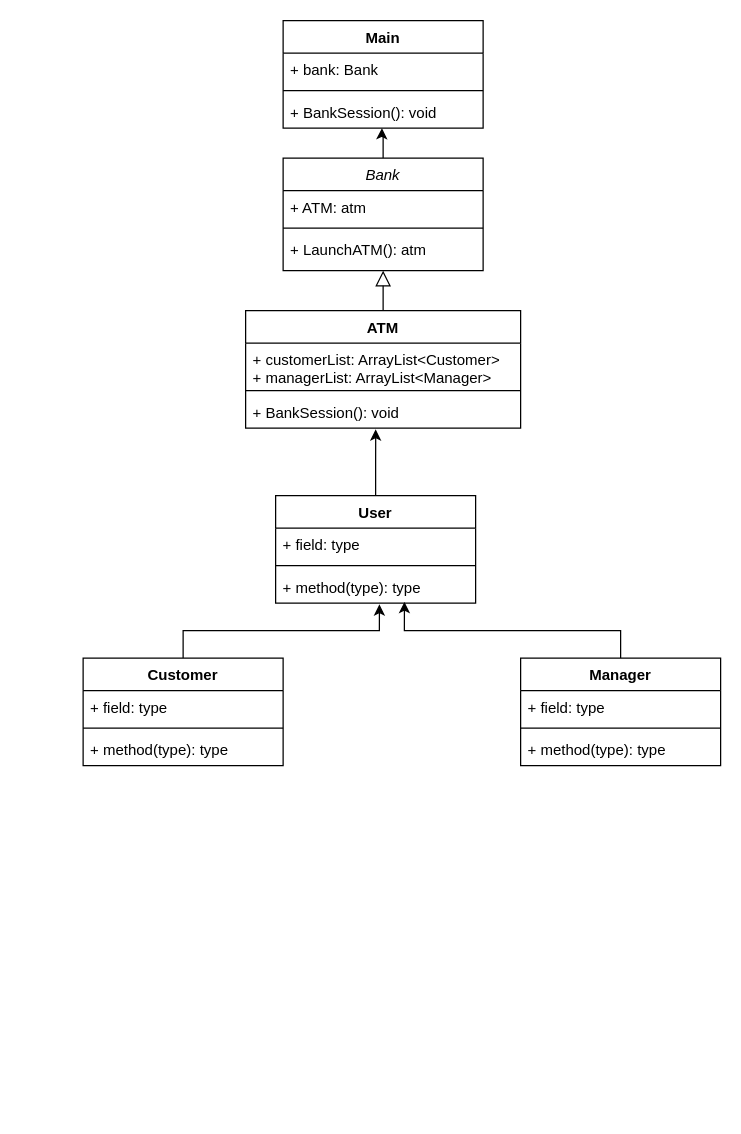
mattgilgo/Bank_Final_Project keeps this draw.io diagram as BankUML.drawio. Above is the earlier version. Source tidied: cells renumbered, new cells numbered last; positions are measured from the earlier drawing's top-left corner, leaving out a move shared by most shapes. Both pictures are drawn from the tidied source at 125%, with x=0, y=0 at pixel (82, 20).
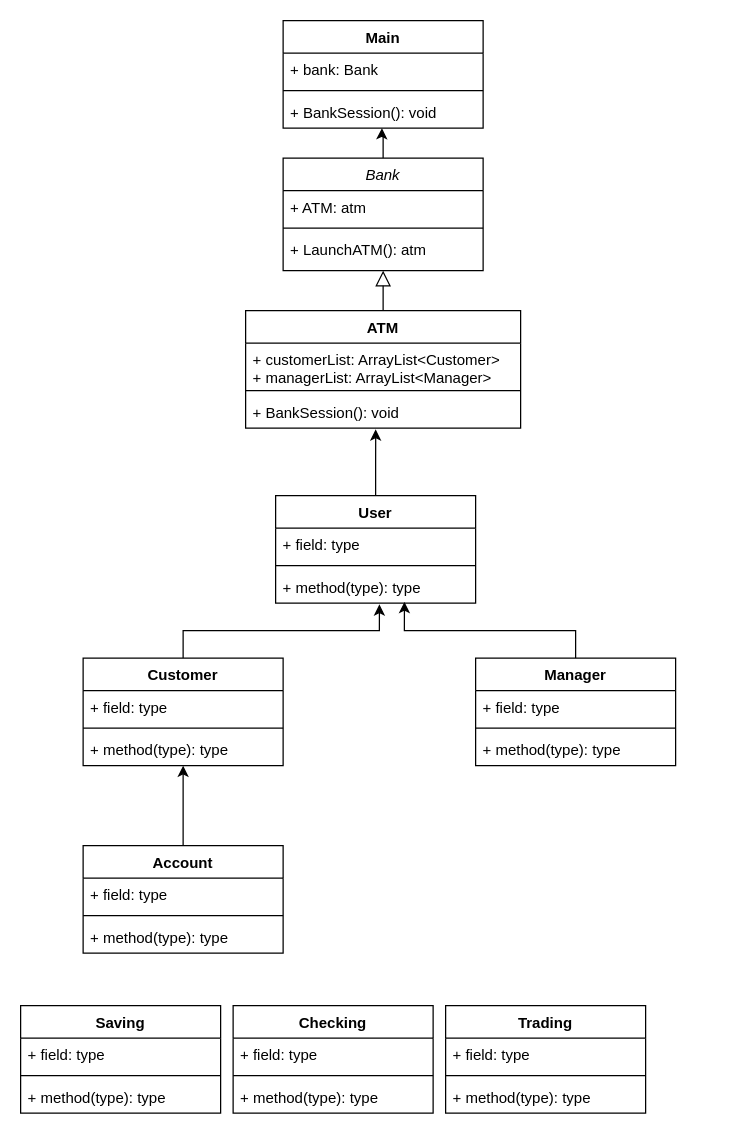
Above is the later version.

The change refers to these unchanged cells:
```xml
<mxCell id="25" value="+ method(type): type" style="text;strokeColor=none;fillColor=none;align=left;verticalAlign=top;spacingLeft=4;spacingRight=4;overflow=hidden;points=[[0,0.5],[1,0.5]];portConstraint=eastwest;" parent="22" vertex="1">
  <mxGeometry y="60" width="160" height="26" as="geometry" />
</mxCell>
```

Diff of the diagram source:
```diff
@@
     <mxCell id="27" value="Manager" style="swimlane;fontStyle=1;align=center;verticalAlign=top;horizontal=1;startSize=26;" parent="1" vertex="1">
-      <mxGeometry x="350" y="510" width="160" height="86" as="geometry" />
+      <mxGeometry x="314" y="510" width="160" height="86" as="geometry" />
     </mxCell>
@@
+    <mxCell id="31" style="edgeStyle=orthogonalEdgeStyle;rounded=0;jettySize=auto;html=1;entryX=0.5;entryY=1;entryDx=0;entryDy=0;entryPerimeter=0;" parent="1" edge="1" source="32" target="25">
+      <mxGeometry relative="1" as="geometry" />
+    </mxCell>
+    <mxCell id="32" value="Account" style="swimlane;fontStyle=1;align=center;verticalAlign=top;horizontal=1;startSize=26;" parent="1" vertex="1">
+      <mxGeometry y="660" width="160" height="86" as="geometry" />
+    </mxCell>
+    <mxCell id="33" value="+ field: type" style="text;strokeColor=none;fillColor=none;align=left;verticalAlign=top;spacingLeft=4;spacingRight=4;overflow=hidden;" parent="32" vertex="1">
+      <mxGeometry y="26" width="160" height="26" as="geometry" />
+    </mxCell>
+    <mxCell id="34" style="line;strokeWidth=1;fillColor=none;align=left;verticalAlign=middle;spacingTop=-1;spacingLeft=3;spacingRight=3;labelPosition=right;" parent="32" vertex="1">
+      <mxGeometry y="52" width="160" height="8" as="geometry" />
+    </mxCell>
+    <mxCell id="35" value="+ method(type): type" style="text;strokeColor=none;fillColor=none;align=left;verticalAlign=top;spacingLeft=4;spacingRight=4;overflow=hidden;" parent="32" vertex="1">
+      <mxGeometry y="60" width="160" height="26" as="geometry" />
+    </mxCell>
+    <mxCell id="36" value="Saving" style="swimlane;fontStyle=1;align=center;verticalAlign=top;horizontal=1;startSize=26;" parent="1" vertex="1">
+      <mxGeometry x="-50" y="788" width="160" height="86" as="geometry" />
+    </mxCell>
+    <mxCell id="37" value="+ field: type" style="text;strokeColor=none;fillColor=none;align=left;verticalAlign=top;spacingLeft=4;spacingRight=4;overflow=hidden;" parent="36" vertex="1">
+      <mxGeometry y="26" width="160" height="26" as="geometry" />
+    </mxCell>
+    <mxCell id="38" style="line;strokeWidth=1;fillColor=none;align=left;verticalAlign=middle;spacingTop=-1;spacingLeft=3;spacingRight=3;labelPosition=right;" parent="36" vertex="1">
+      <mxGeometry y="52" width="160" height="8" as="geometry" />
+    </mxCell>
+    <mxCell id="39" value="+ method(type): type" style="text;strokeColor=none;fillColor=none;align=left;verticalAlign=top;spacingLeft=4;spacingRight=4;overflow=hidden;" parent="36" vertex="1">
+      <mxGeometry y="60" width="160" height="26" as="geometry" />
+    </mxCell>
+    <mxCell id="40" value="Checking" style="swimlane;fontStyle=1;align=center;verticalAlign=top;horizontal=1;startSize=26;" parent="1" vertex="1">
+      <mxGeometry x="120" y="788" width="160" height="86" as="geometry" />
+    </mxCell>
+    <mxCell id="41" value="+ field: type" style="text;strokeColor=none;fillColor=none;align=left;verticalAlign=top;spacingLeft=4;spacingRight=4;overflow=hidden;" parent="40" vertex="1">
+      <mxGeometry y="26" width="160" height="26" as="geometry" />
+    </mxCell>
+    <mxCell id="42" style="line;strokeWidth=1;fillColor=none;align=left;verticalAlign=middle;spacingTop=-1;spacingLeft=3;spacingRight=3;labelPosition=right;" parent="40" vertex="1">
+      <mxGeometry y="52" width="160" height="8" as="geometry" />
+    </mxCell>
+    <mxCell id="43" value="+ method(type): type" style="text;strokeColor=none;fillColor=none;align=left;verticalAlign=top;spacingLeft=4;spacingRight=4;overflow=hidden;" parent="40" vertex="1">
+      <mxGeometry y="60" width="160" height="26" as="geometry" />
+    </mxCell>
+    <mxCell id="44" value="Trading" style="swimlane;fontStyle=1;align=center;verticalAlign=top;horizontal=1;startSize=26;" parent="1" vertex="1">
+      <mxGeometry x="290" y="788" width="160" height="86" as="geometry" />
+    </mxCell>
+    <mxCell id="45" value="+ field: type" style="text;strokeColor=none;fillColor=none;align=left;verticalAlign=top;spacingLeft=4;spacingRight=4;overflow=hidden;" parent="44" vertex="1">
+      <mxGeometry y="26" width="160" height="26" as="geometry" />
+    </mxCell>
+    <mxCell id="46" style="line;strokeWidth=1;fillColor=none;align=left;verticalAlign=middle;spacingTop=-1;spacingLeft=3;spacingRight=3;labelPosition=right;" parent="44" vertex="1">
+      <mxGeometry y="52" width="160" height="8" as="geometry" />
+    </mxCell>
+    <mxCell id="47" value="+ method(type): type" style="text;strokeColor=none;fillColor=none;align=left;verticalAlign=top;spacingLeft=4;spacingRight=4;overflow=hidden;" parent="44" vertex="1">
+      <mxGeometry y="60" width="160" height="26" as="geometry" />
+    </mxCell>
```
